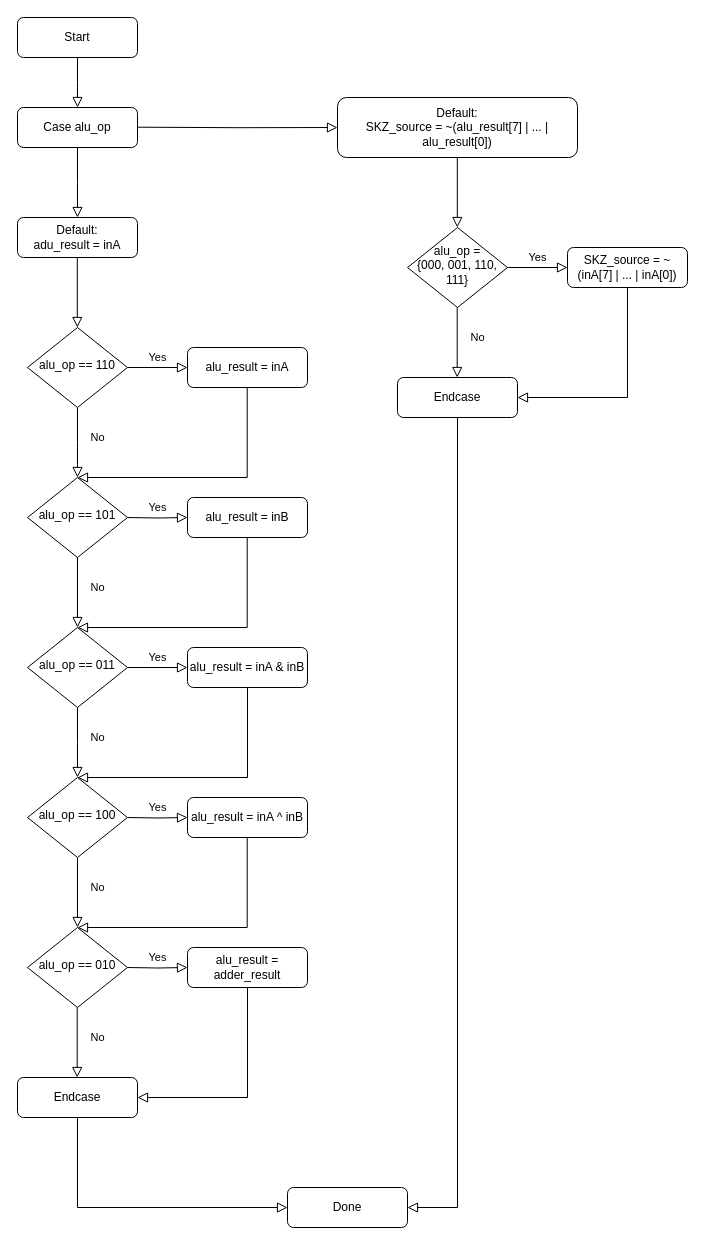
ColdBear14/RISC_CPU_8bit keeps this draw.io diagram as Flowcharts/ALU.drawio. Above is the earlier version. Source tidied: cells renumbered, new cells numbered last; positions are measured from the earlier drawing's top-left corner, leaving out a move shared by most shapes. Both pictures are drawn from the tidied source at 100%, with x=0, y=0 at pixel (17, 17).
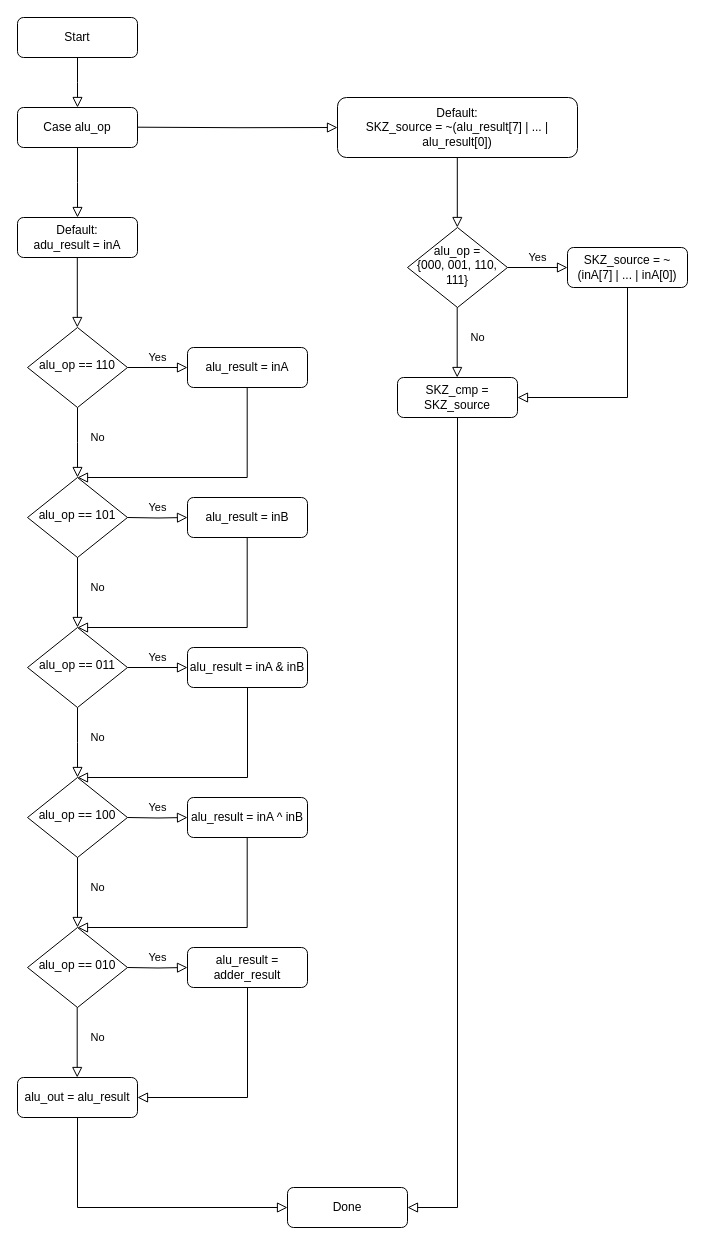
Above is the later version.

Diff of the diagram source:
```diff
@@
-    <mxCell id="30" value="Endcase" style="rounded=1;whiteSpace=wrap;html=1;fontSize=12;glass=0;strokeWidth=1;shadow=0;" parent="1" vertex="1">
+    <mxCell id="30" value="alu_out = alu_result" style="rounded=1;whiteSpace=wrap;html=1;fontSize=12;glass=0;strokeWidth=1;shadow=0;" parent="1" vertex="1">
       <mxGeometry y="1060" width="120" height="40" as="geometry" />
     </mxCell>
@@
-    <mxCell id="41" value="Endcase" style="rounded=1;whiteSpace=wrap;html=1;fontSize=12;glass=0;strokeWidth=1;shadow=0;" parent="1" vertex="1">
+    <mxCell id="41" value="SKZ_cmp = SKZ_source" style="rounded=1;whiteSpace=wrap;html=1;fontSize=12;glass=0;strokeWidth=1;shadow=0;" parent="1" vertex="1">
       <mxGeometry x="380" y="360" width="120" height="40" as="geometry" />
     </mxCell>
```
